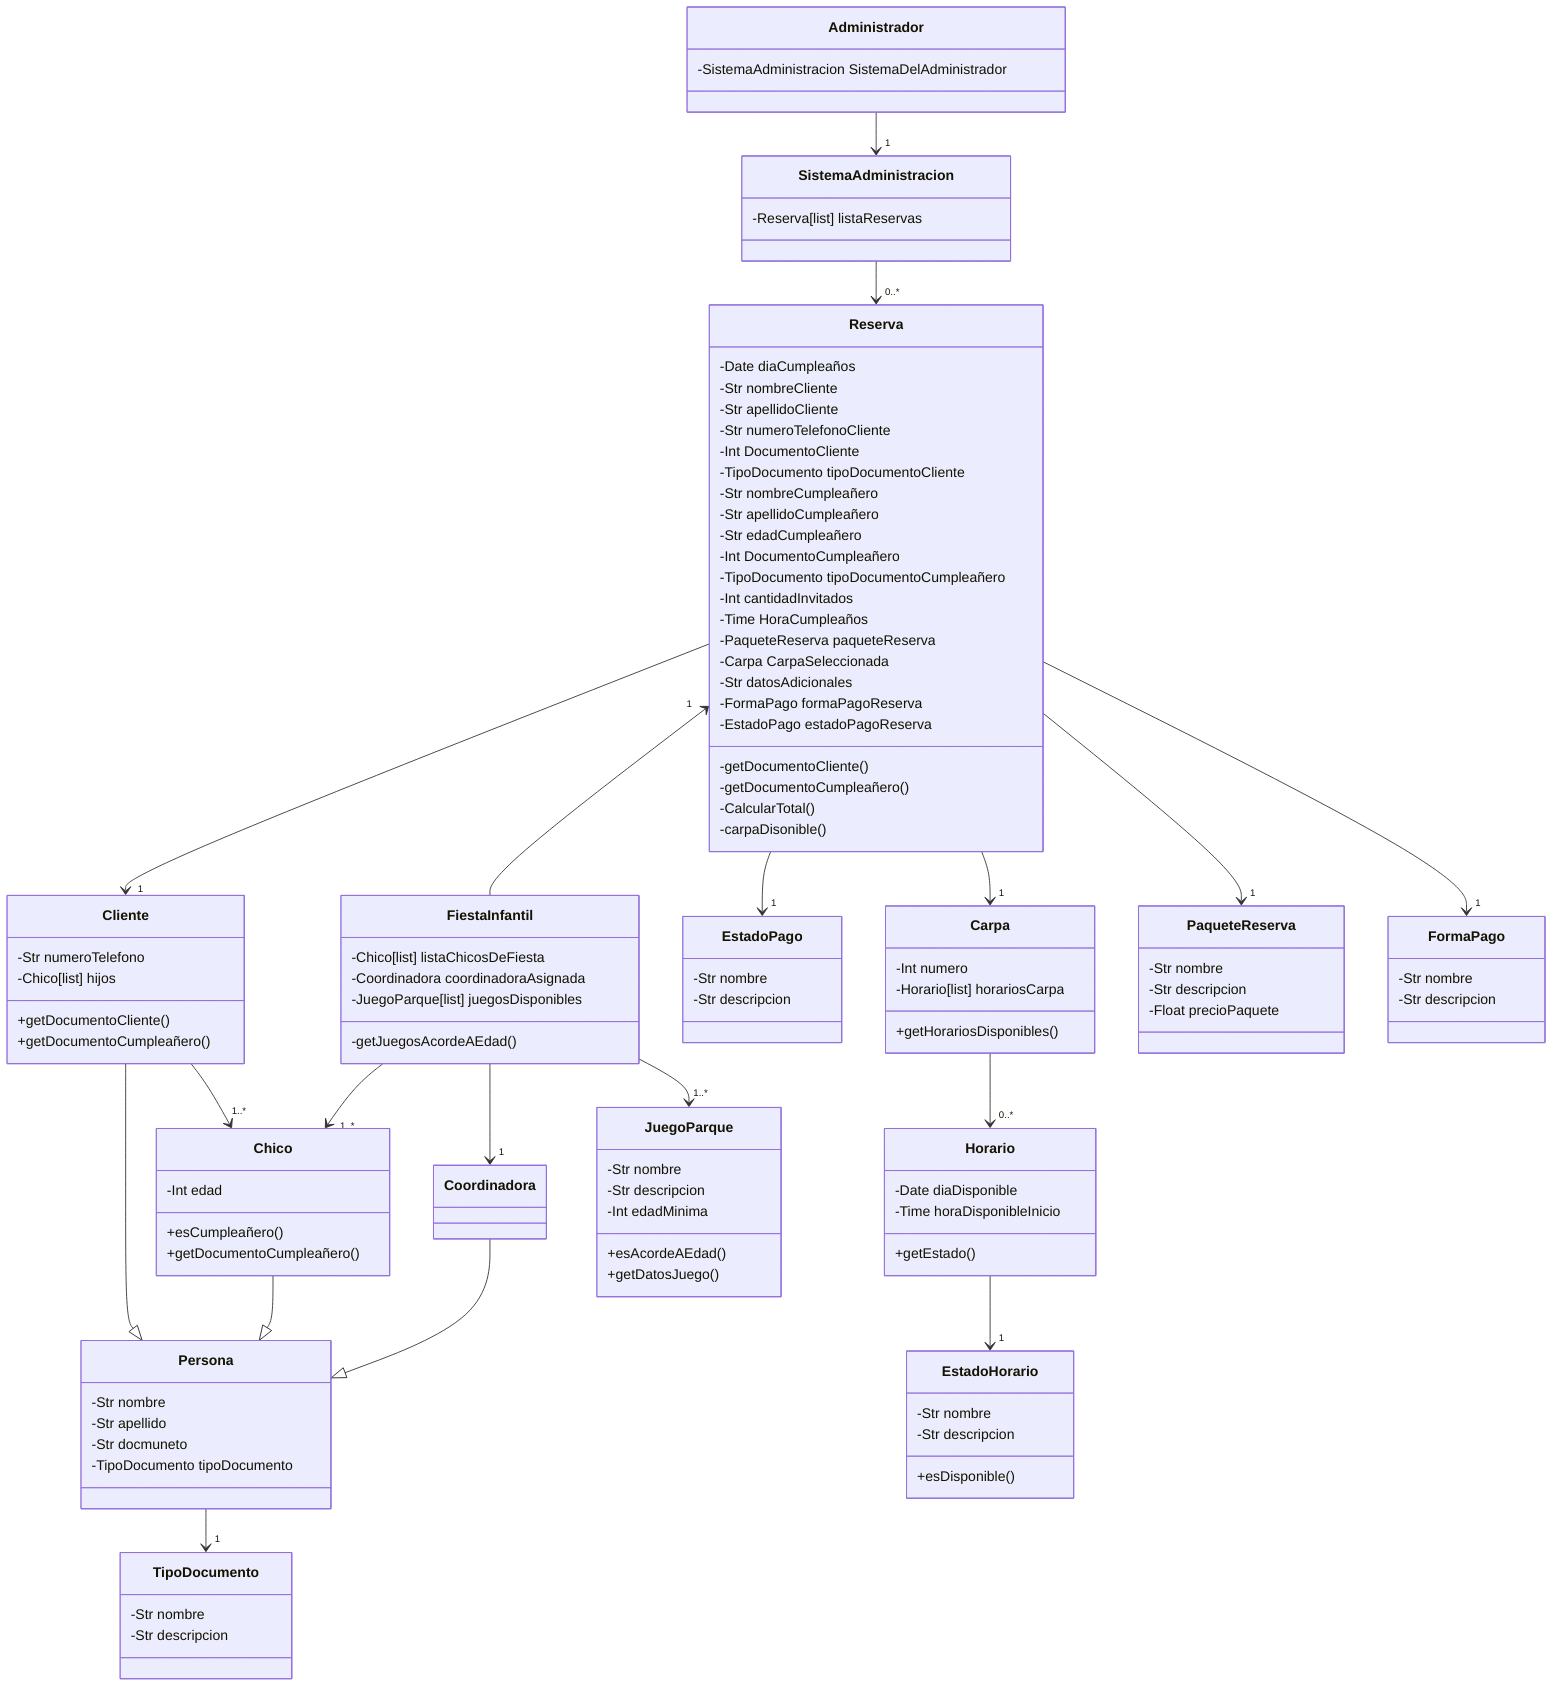
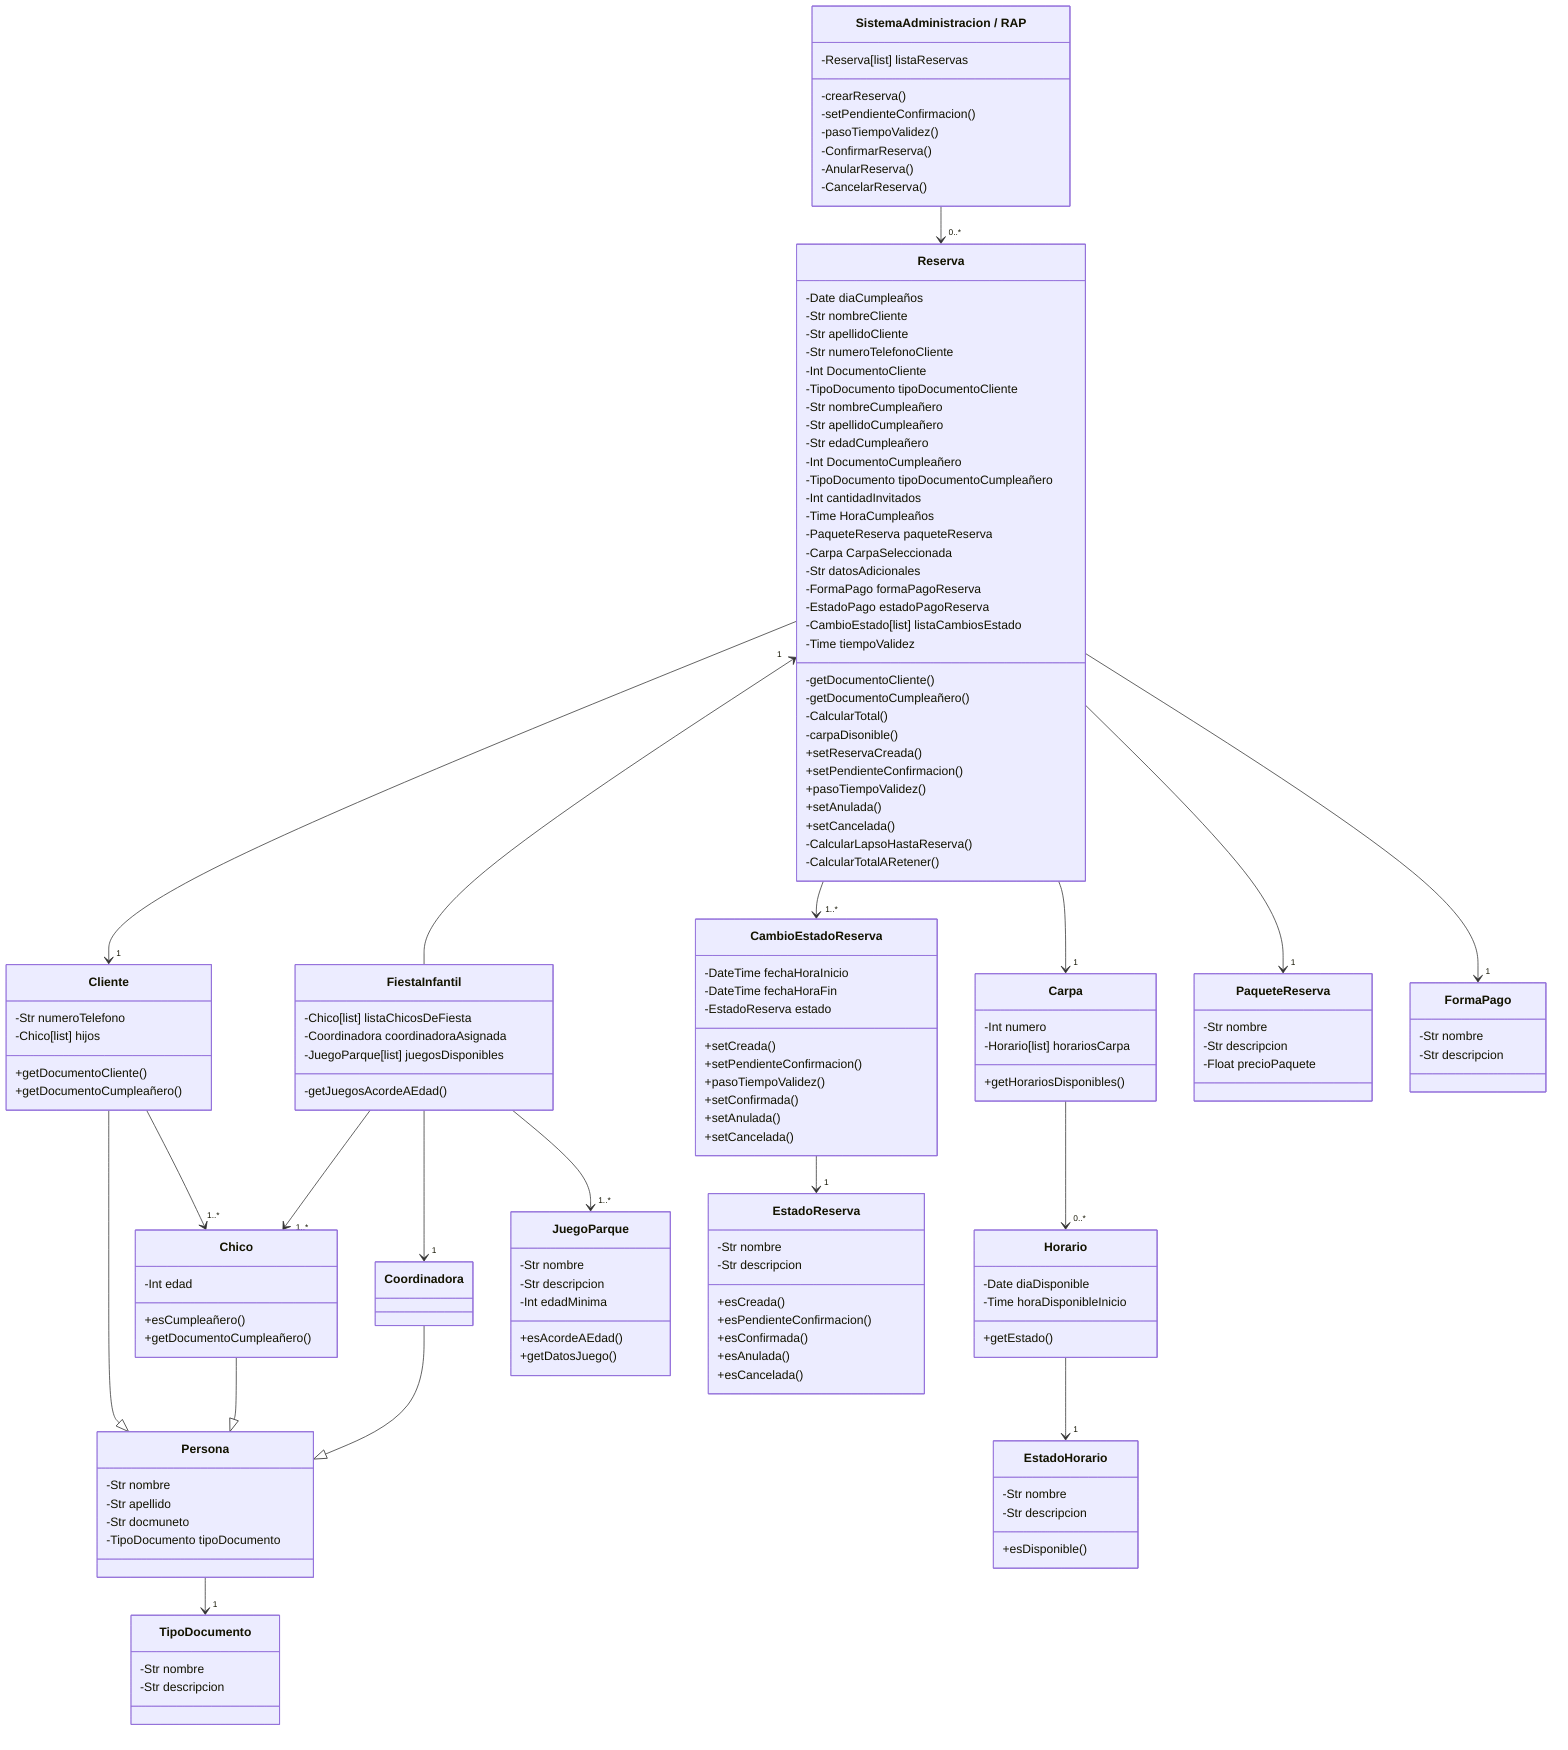
classDiagram

    Reserva -->"1" Cliente
    SistemaAdministracion -->"0..*" Reserva
-     Administrador -->"1" SistemaAdministracion
    Cliente --|> Persona
    Cliente -->"1..*" Chico
    Reserva "1"<--FiestaInfantil
-     Reserva -->"1" EstadoPago
+     Reserva -->"1..*" CambioEstadoReserva
+     CambioEstadoReserva -->"1" EstadoReserva
    FiestaInfantil -->"1..*" Chico
    FiestaInfantil -->"1" Coordinadora
    FiestaInfantil -->"1..*" JuegoParque
    Coordinadora --|> Persona
    Reserva -->"1" Carpa
    Carpa -->"0..*" Horario
    Horario -->"1" EstadoHorario
    Persona -->"1" TipoDocumento
    Chico --|> Persona
    Reserva -->"1" PaqueteReserva
    Reserva -->"1" FormaPago
    Administrador

    class Reserva {
        -Date diaCumpleaños
        -Str nombreCliente
        -Str apellidoCliente
        -Str numeroTelefonoCliente
        -Int DocumentoCliente
        -TipoDocumento tipoDocumentoCliente
        -Str nombreCumpleañero
        -Str apellidoCumpleañero
        -Str edadCumpleañero
        -Int DocumentoCumpleañero
        -TipoDocumento tipoDocumentoCumpleañero
        -Int cantidadInvitados
        -Time HoraCumpleaños
        -PaqueteReserva paqueteReserva
        -Carpa CarpaSeleccionada
        -Str datosAdicionales
        -FormaPago formaPagoReserva
        -EstadoPago estadoPagoReserva
+         -CambioEstado[list] listaCambiosEstado
+         -Time tiempoValidez
        -getDocumentoCliente()
        -getDocumentoCumpleañero()
        -CalcularTotal()
        -carpaDisonible()
+         +setReservaCreada()
+         +setPendienteConfirmacion()
+         +pasoTiempoValidez()
+         +setAnulada()
+         +setCancelada()
+         -CalcularLapsoHastaReserva()
+         -CalcularTotalARetener()
    }
    class Cliente {
        -Str numeroTelefono
        -Chico[list] hijos

        +getDocumentoCliente()
        +getDocumentoCumpleañero()
    }
    class Persona {
        -Str nombre
        -Str apellido
        -Str docmuneto
        -TipoDocumento tipoDocumento
    }
    class Carpa{
        -Int numero
        -Horario[list] horariosCarpa
        +getHorariosDisponibles()
    }
    class Horario {
        -Date diaDisponible
        -Time horaDisponibleInicio
        +getEstado()
    }
    class EstadoHorario {
        -Str nombre
        -Str descripcion
        +esDisponible()
    }
-     class Administrador {
-         -SistemaAdministracion SistemaDelAdministrador
+ 
+     class CambioEstadoReserva {
+         -DateTime fechaHoraInicio
+         -DateTime fechaHoraFin
+         -EstadoReserva estado
+         +setCreada()
+         +setPendienteConfirmacion()
+         +pasoTiempoValidez()
+         +setConfirmada()
+         +setAnulada()
+         +setCancelada()
    }
-     class EstadoPago {
+ 
+     class EstadoReserva {
        -Str nombre
        -Str descripcion
+         +esCreada()
+         +esPendienteConfirmacion()
+         +esConfirmada()
+         +esAnulada()
+         +esCancelada()
    }
    class PaqueteReserva {
        -Str nombre
        -Str descripcion
        -Float precioPaquete
    }
    class TipoDocumento {
        -Str nombre
        -Str descripcion
    }
    class FiestaInfantil {
        -Chico[list] listaChicosDeFiesta
        -Coordinadora coordinadoraAsignada
        -JuegoParque[list] juegosDisponibles
        -getJuegosAcordeAEdad()
    }
    class Chico {
        -Int edad
        +esCumpleañero()
        +getDocumentoCumpleañero()
    }
-     class SistemaAdministracion {
+     class SistemaAdministracion["SistemaAdministracion / RAP"] {
        -Reserva[list] listaReservas
+         -crearReserva()
+         -setPendienteConfirmacion()
+         -pasoTiempoValidez()
+         -ConfirmarReserva()
+         -AnularReserva()
+         -CancelarReserva()
    }
    class FormaPago {
        -Str nombre
        -Str descripcion
    }

    class Coordinadora

    class JuegoParque {
        -Str nombre
        -Str descripcion
        -Int edadMinima
        +esAcordeAEdad()
        +getDatosJuego()
    }